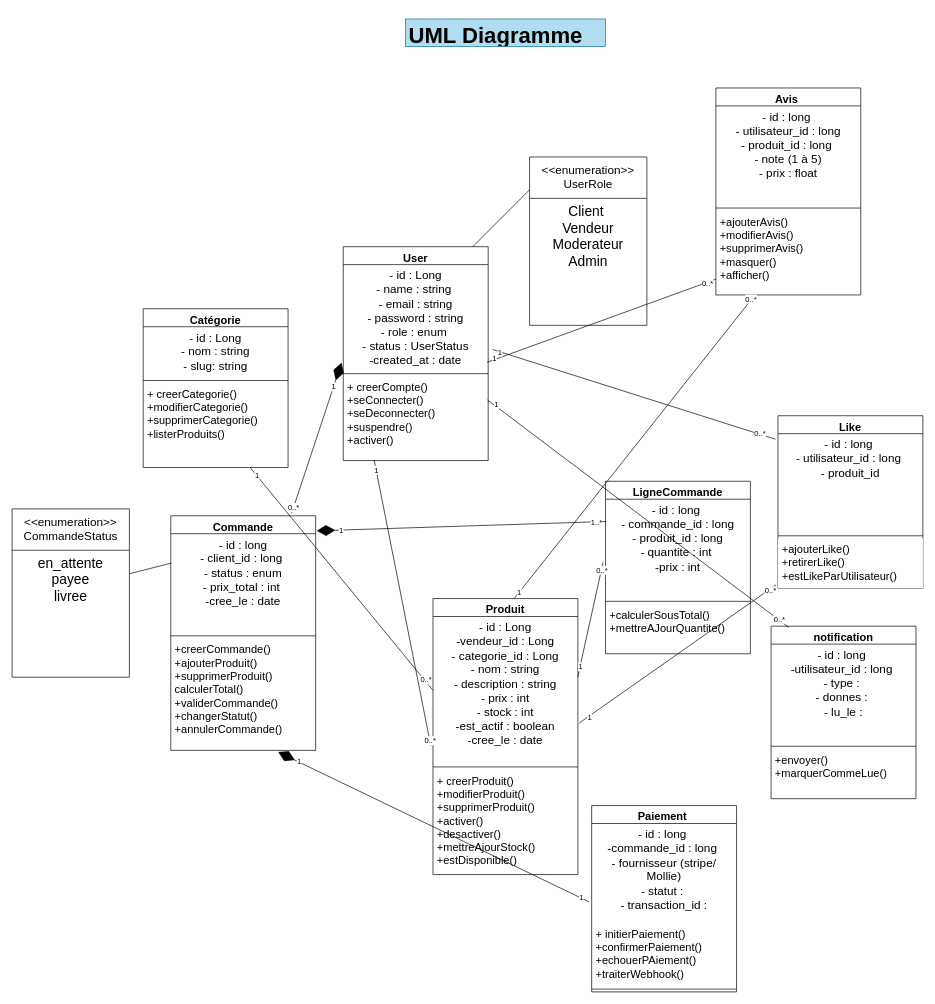
The draw.io diagram public/assets/DiagramUML.drawio in 10LOKI/LocalMart, before the edit. Source tidied: cells renumbered, new cells numbered last; positions are measured from the earlier drawing's top-left corner, leaving out a move shared by most shapes. Both pictures are drawn from the tidied source at 69%, with x=0, y=0 at pixel (12, 19).
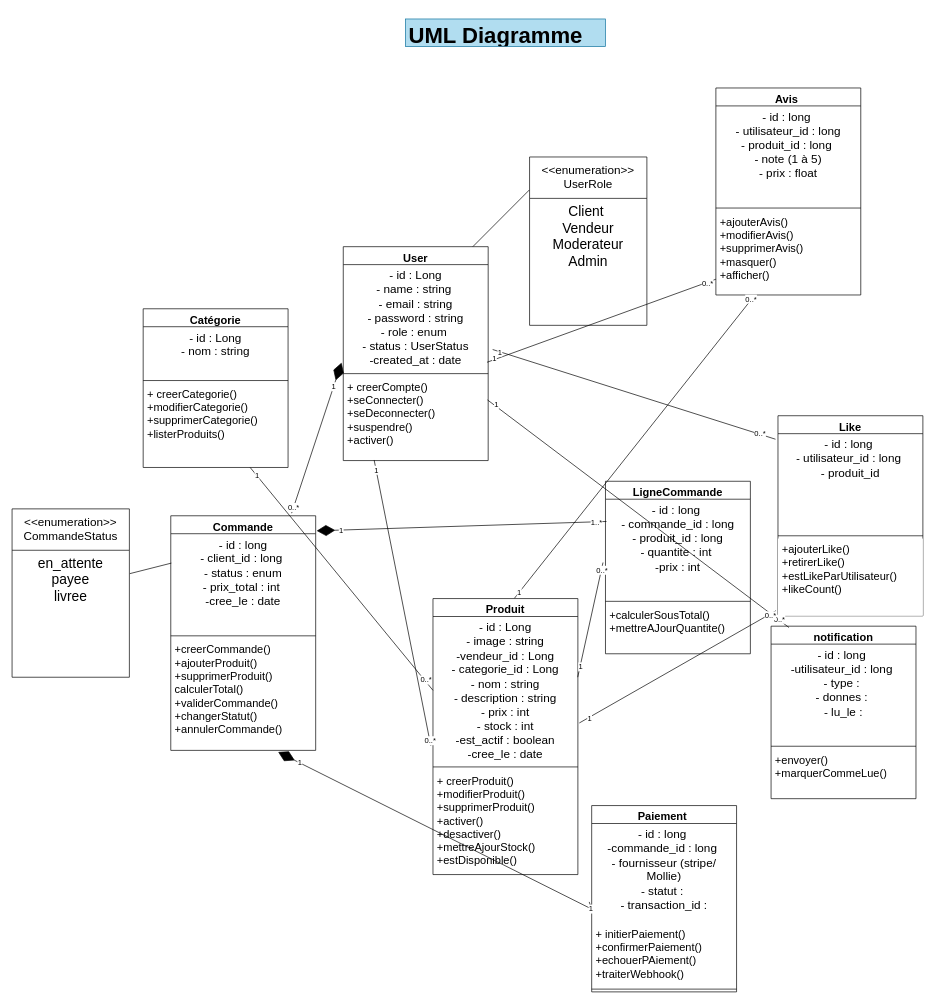
Above is the later version.

Unchanged cells that the change refers to:
```xml
<mxCell id="8" value="&lt;font style=&quot;font-size: 16px;&quot;&gt;Produit&lt;/font&gt;" style="swimlane;fontStyle=1;align=center;verticalAlign=top;horizontal=1;startSize=26;whiteSpace=wrap;html=1;" parent="1" vertex="1">
  <mxGeometry x="610" y="840" width="210" height="400" as="geometry" />
</mxCell>
<mxCell id="12" value="&lt;font style=&quot;font-size: 16px;&quot;&gt;Catégorie&lt;/font&gt;" style="swimlane;fontStyle=1;align=center;verticalAlign=top;horizontal=1;startSize=26;whiteSpace=wrap;html=1;" parent="1" vertex="1">
  <mxGeometry x="190" y="420" width="210" height="230" as="geometry" />
</mxCell>
<mxCell id="19" value="&lt;span style=&quot;font-size: 16px;&quot;&gt;+creerCommande()&lt;br&gt;+ajouterProduit()&lt;br&gt;+supprimerProduit()&lt;br&gt;calculerTotal()&lt;br&gt;+validerCommande()&lt;br&gt;+changerStatut()&lt;br&gt;+annulerCommande()&lt;br&gt;&lt;/span&gt;" style="text;strokeColor=none;fillColor=none;align=left;verticalAlign=top;spacingLeft=4;spacingRight=4;overflow=hidden;points=[[0,0.5],[1,0.5]];portConstraint=eastwest;whiteSpace=wrap;html=1;" parent="16" vertex="1">
  <mxGeometry y="178" width="210" height="162" as="geometry" />
</mxCell>
<mxCell id="37" value="&lt;font style=&quot;font-size: 17px;&quot;&gt;- id : long&amp;nbsp;&lt;br&gt;-commande_id : long&amp;nbsp;&lt;br&gt;- fournisseur (stripe/ Mollie)&lt;br&gt;- statut :&amp;nbsp;&lt;br&gt;- transaction_id :&lt;br&gt;&lt;/font&gt;" style="text;strokeColor=none;fillColor=none;align=center;verticalAlign=top;spacingLeft=4;spacingRight=4;overflow=hidden;points=[[0,0.5],[1,0.5]];portConstraint=eastwest;whiteSpace=wrap;html=1;" parent="36" vertex="1">
  <mxGeometry y="26" width="210" height="144" as="geometry" />
</mxCell>
```

Diff of the diagram source:
```diff
@@
-    <mxCell id="9" value="&lt;font style=&quot;font-size: 17px;&quot;&gt;- id : Long&lt;br&gt;-vendeur_id : Long&lt;br&gt;- categorie_id : Long&lt;br&gt;- nom : string&lt;br&gt;- description : string&lt;br&gt;- prix : int&lt;br&gt;- stock : int&lt;br&gt;-est_actif : boolean&lt;br&gt;-cree_le : date&lt;br&gt;&lt;br&gt;&lt;/font&gt;" style="text;strokeColor=none;fillColor=none;align=center;verticalAlign=top;spacingLeft=4;spacingRight=4;overflow=hidden;points=[[0,0.5],[1,0.5]];portConstraint=eastwest;whiteSpace=wrap;html=1;" parent="8" vertex="1">
+    <mxCell id="9" value="&lt;font style=&quot;font-size: 17px;&quot;&gt;- id : Long&lt;br&gt;- image : string&lt;br&gt;-vendeur_id : Long&lt;br&gt;- categorie_id : Long&lt;br&gt;- nom : string&lt;br&gt;- description : string&lt;br&gt;- prix : int&lt;br&gt;- stock : int&lt;br&gt;-est_actif : boolean&lt;br&gt;-cree_le : date&lt;br&gt;&lt;br&gt;&lt;/font&gt;" style="text;strokeColor=none;fillColor=none;align=center;verticalAlign=top;spacingLeft=4;spacingRight=4;overflow=hidden;points=[[0,0.5],[1,0.5]];portConstraint=eastwest;whiteSpace=wrap;html=1;" parent="8" vertex="1">
       <mxGeometry y="26" width="210" height="214" as="geometry" />
     </mxCell>
@@
-    <mxCell id="13" value="&lt;font style=&quot;font-size: 17px;&quot;&gt;- id : Long&lt;br&gt;- nom : string&lt;br&gt;- slug: string&lt;br&gt;&lt;/font&gt;" style="text;strokeColor=none;fillColor=none;align=center;verticalAlign=top;spacingLeft=4;spacingRight=4;overflow=hidden;whiteSpace=wrap;html=1;" parent="12" vertex="1">
+    <mxCell id="13" value="&lt;font style=&quot;font-size: 17px;&quot;&gt;- id : Long&lt;br&gt;- nom : string&lt;br&gt;&lt;/font&gt;" style="text;strokeColor=none;fillColor=none;align=center;verticalAlign=top;spacingLeft=4;spacingRight=4;overflow=hidden;whiteSpace=wrap;html=1;" parent="12" vertex="1">
       <mxGeometry y="26" width="210" height="74" as="geometry" />
     </mxCell>
@@
     <mxCell id="28" value="&lt;font style=&quot;font-size: 16px;&quot;&gt;Like&lt;/font&gt;" style="swimlane;fontStyle=1;align=center;verticalAlign=top;horizontal=1;startSize=26;whiteSpace=wrap;html=1;" parent="1" vertex="1">
-      <mxGeometry x="1110" y="575" width="210" height="250" as="geometry" />
+      <mxGeometry x="1110" y="575" width="210" height="290" as="geometry" />
     </mxCell>
@@
-    <mxCell id="31" value="&lt;font style=&quot;font-size: 16px;&quot;&gt;+ajouterLike()&lt;br&gt;+retirerLike()&lt;br&gt;+estLikeParUtilisateur()&lt;br&gt;&lt;/font&gt;" style="text;strokeColor=none;fillColor=default;align=left;verticalAlign=top;spacingLeft=4;spacingRight=4;overflow=hidden;points=[[0,0.5],[1,0.5]];portConstraint=eastwest;whiteSpace=wrap;html=1;" parent="28" vertex="1">
-      <mxGeometry y="178" width="210" height="72" as="geometry" />
+    <mxCell id="31" value="&lt;font style=&quot;font-size: 16px;&quot;&gt;+ajouterLike()&lt;br&gt;+retirerLike()&lt;br&gt;+estLikeParUtilisateur()&lt;br&gt;+likeCount()&lt;br&gt;&lt;/font&gt;" style="text;strokeColor=none;fillColor=default;align=left;verticalAlign=top;spacingLeft=4;spacingRight=4;overflow=hidden;points=[[0,0.5],[1,0.5]];portConstraint=eastwest;whiteSpace=wrap;html=1;" parent="28" vertex="1">
+      <mxGeometry y="178" width="210" height="112" as="geometry" />
     </mxCell>
@@
     <mxCell id="69" style="endArrow=diamondThin;endFill=1;endSize=24;html=1;rounded=0;entryX=0.741;entryY=1.015;entryDx=0;entryDy=0;entryPerimeter=0;exitX=-0.017;exitY=0.789;exitDx=0;exitDy=0;exitPerimeter=0;" parent="1" edge="1" source="37" target="19">
-      <mxGeometry relative="1" as="geometry" />
+      <mxGeometry relative="1" as="geometry">
+        <Array as="points">
+          <mxPoint x="840" y="1290" />
+        </Array>
+      </mxGeometry>
     </mxCell>
```
